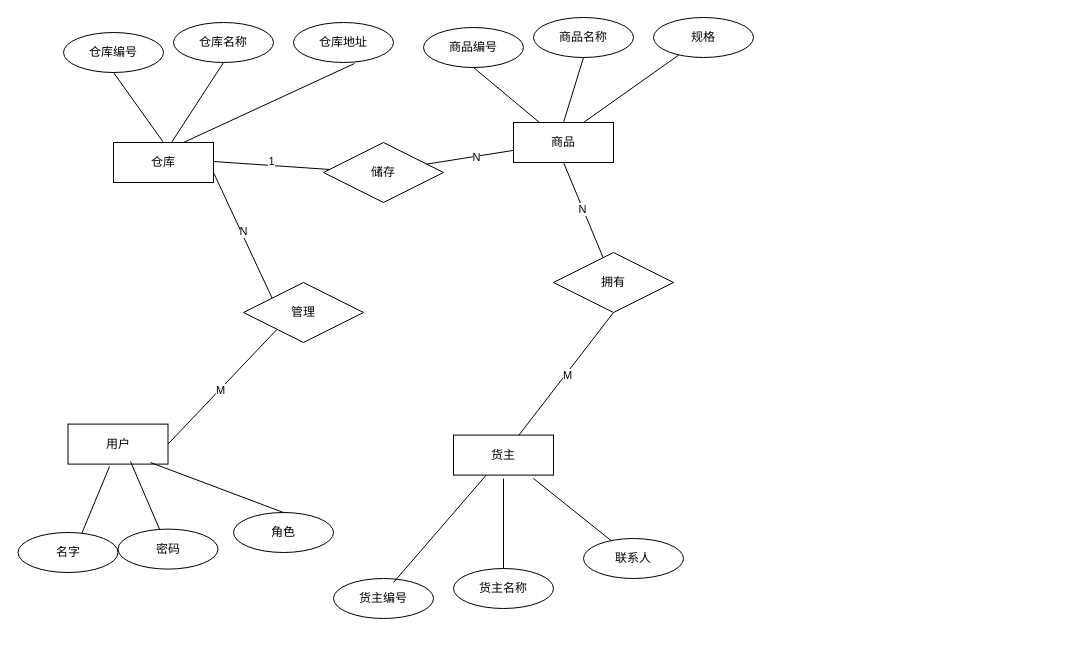
The draw.io diagram page "第 1 页" (1 of 2) of 未命名绘图.drawio in AnsonZnl/draw.io, before the edit. Source tidied: cells renumbered, new cells numbered last; positions are measured from the earlier drawing's top-left corner, leaving out a move shared by most shapes. Both pictures are drawn from the tidied source at 100%, with x=0, y=0 at pixel (17, 17).
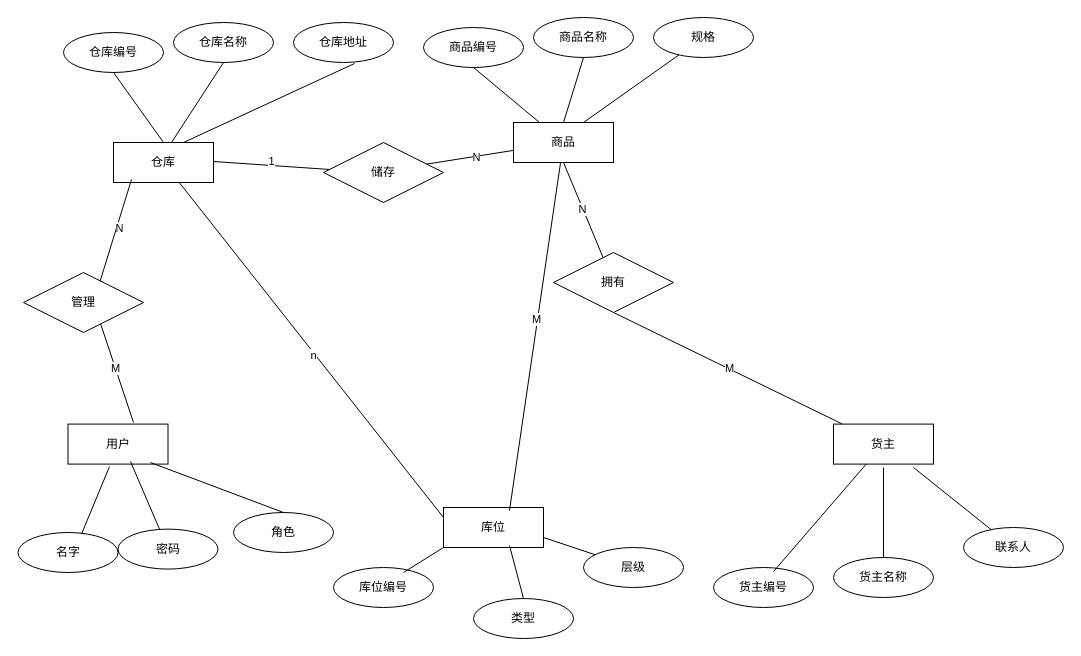
The same diagram, later.

Commit message (it also covers changes not shown here):
更新未命名绘图.drawio

Unchanged cells that the change refers to:
```xml
<mxCell id="2" value="仓库" style="whiteSpace=wrap;html=1;align=center;" parent="1" vertex="1">
  <mxGeometry x="96" y="125" width="100" height="40" as="geometry" />
</mxCell>
<mxCell id="9" value="用户" style="whiteSpace=wrap;html=1;align=center;" parent="1" vertex="1">
  <mxGeometry x="50.5" y="406.6" width="100" height="40" as="geometry" />
</mxCell>
<mxCell id="20" value="商品" style="whiteSpace=wrap;html=1;align=center;" parent="1" vertex="1">
  <mxGeometry x="496" y="105" width="100" height="40" as="geometry" />
</mxCell>
```

What changed in the source:
```diff
@@
-    <mxCell id="16" style="endArrow=none;html=1;rounded=0;entryX=1;entryY=0.5;entryDx=0;entryDy=0;exitX=1;exitY=0.75;exitDx=0;exitDy=0;" parent="1" edge="1" source="2" target="9">
+    <mxCell id="16" style="endArrow=none;html=1;rounded=0;exitX=0.18;exitY=0.925;exitDx=0;exitDy=0;exitPerimeter=0;" parent="1" edge="1" source="2">
       <mxGeometry relative="1" as="geometry">
+        <mxPoint x="116" y="405" as="targetPoint" />
         <Array as="points">
-          <mxPoint x="266" y="305" />
+          <mxPoint x="76" y="285" />
         </Array>
       </mxGeometry>
     </mxCell>
@@
     <mxCell id="19" value="管理" style="shape=rhombus;perimeter=rhombusPerimeter;whiteSpace=wrap;html=1;align=center;" parent="1" vertex="1">
-      <mxGeometry x="226" y="265" width="120" height="60" as="geometry" />
+      <mxGeometry x="6" y="255" width="120" height="60" as="geometry" />
     </mxCell>
@@
     <mxCell id="31" value="货主" style="whiteSpace=wrap;html=1;align=center;" parent="1" vertex="1">
-      <mxGeometry x="436" y="417.6" width="100" height="40" as="geometry" />
+      <mxGeometry x="816" y="406.6" width="100" height="40" as="geometry" />
     </mxCell>
     <mxCell id="32" value="货主编号" style="ellipse;whiteSpace=wrap;html=1;align=center;" parent="1" vertex="1">
-      <mxGeometry x="316" y="561" width="100" height="40" as="geometry" />
+      <mxGeometry x="696" y="550" width="100" height="40" as="geometry" />
     </mxCell>
     <mxCell id="33" value="货主名称" style="ellipse;whiteSpace=wrap;html=1;align=center;" parent="1" vertex="1">
-      <mxGeometry x="436" y="551" width="100" height="40" as="geometry" />
+      <mxGeometry x="816" y="540" width="100" height="40" as="geometry" />
     </mxCell>
     <mxCell id="34" value="联系人" style="ellipse;whiteSpace=wrap;html=1;align=center;" parent="1" vertex="1">
-      <mxGeometry x="566" y="521" width="100" height="40" as="geometry" />
+      <mxGeometry x="946" y="510" width="100" height="40" as="geometry" />
     </mxCell>
@@
     <mxCell id="36" style="endArrow=none;html=1;rounded=0;" parent="1" edge="1">
       <mxGeometry relative="1" as="geometry">
-        <mxPoint x="486" y="551" as="sourcePoint" />
-        <mxPoint x="486" y="461" as="targetPoint" />
+        <mxPoint x="866" y="540" as="sourcePoint" />
+        <mxPoint x="866" y="450" as="targetPoint" />
       </mxGeometry>
     </mxCell>
     <mxCell id="37" style="endArrow=none;html=1;rounded=0;" parent="1" edge="1" source="34">
       <mxGeometry relative="1" as="geometry">
-        <mxPoint x="516" y="461" as="targetPoint" />
+        <mxPoint x="896" y="450" as="targetPoint" />
       </mxGeometry>
     </mxCell>
@@
+    <mxCell id="43" value="库位" style="whiteSpace=wrap;html=1;align=center;" parent="1" vertex="1">
+      <mxGeometry x="426" y="490" width="100" height="40" as="geometry" />
+    </mxCell>
+    <mxCell id="44" value="库位编号" style="ellipse;whiteSpace=wrap;html=1;align=center;" parent="1" vertex="1">
+      <mxGeometry x="316" y="550" width="100" height="40" as="geometry" />
+    </mxCell>
+    <mxCell id="45" value="类型" style="ellipse;whiteSpace=wrap;html=1;align=center;" parent="1" vertex="1">
+      <mxGeometry x="456" y="581" width="100" height="40" as="geometry" />
+    </mxCell>
+    <mxCell id="46" value="层级" style="ellipse;whiteSpace=wrap;html=1;align=center;" parent="1" vertex="1">
+      <mxGeometry x="566" y="530" width="100" height="40" as="geometry" />
+    </mxCell>
+    <mxCell id="47" style="endArrow=none;html=1;rounded=0;exitX=0.7;exitY=0.125;exitDx=0;exitDy=0;exitPerimeter=0;entryX=0;entryY=1;entryDx=0;entryDy=0;" parent="1" edge="1" source="44" target="43">
+      <mxGeometry relative="1" as="geometry" />
+    </mxCell>
+    <mxCell id="48" style="endArrow=none;html=1;rounded=0;exitX=0.5;exitY=0;exitDx=0;exitDy=0;entryX=0.66;entryY=0.95;entryDx=0;entryDy=0;entryPerimeter=0;" parent="1" edge="1" source="45" target="43">
+      <mxGeometry relative="1" as="geometry" />
+    </mxCell>
+    <mxCell id="49" style="endArrow=none;html=1;rounded=0;entryX=1;entryY=0.75;entryDx=0;entryDy=0;" parent="1" edge="1" source="46" target="43">
+      <mxGeometry relative="1" as="geometry" />
+    </mxCell>
+    <mxCell id="50" style="endArrow=none;html=1;rounded=0;entryX=0.66;entryY=0.075;entryDx=0;entryDy=0;entryPerimeter=0;" parent="1" edge="1" source="20" target="43">
+      <mxGeometry relative="1" as="geometry" />
+    </mxCell>
+    <mxCell id="51" value="M" style="edgeLabel;html=1;align=center;verticalAlign=middle;" parent="50" vertex="1">
+      <mxGeometry x="-0.1" y="-2" relative="1" as="geometry" />
+    </mxCell>
+    <mxCell id="52" style="endArrow=none;html=1;rounded=0;entryX=0;entryY=0.25;entryDx=0;entryDy=0;" parent="1" edge="1" source="2" target="43">
+      <mxGeometry relative="1" as="geometry" />
+    </mxCell>
+    <mxCell id="53" value="n" style="edgeLabel;html=1;align=center;verticalAlign=middle;" parent="52" vertex="1">
+      <mxGeometry x="0.02" y="-2" relative="1" as="geometry" />
+    </mxCell>
```
